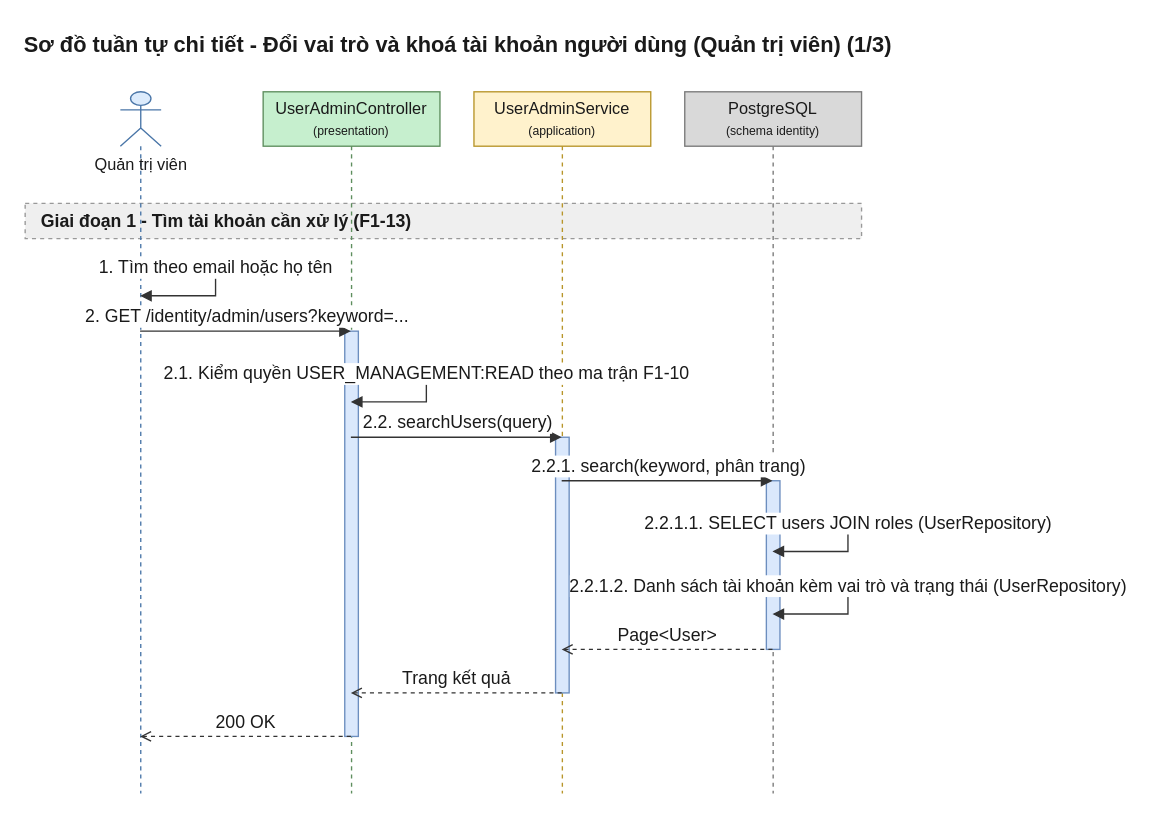
Earlier version of the draw.io diagram 08-diagram/sequence/admin/sequence_admin_doi_vai_tro_nguoi_dung_p1.drawio (daiphu1801/PRJ_ALGOPREP). Source tidied: cells renumbered, new cells numbered last; positions are measured from the earlier drawing's top-left corner, leaving out a move shared by most shapes. Both pictures are drawn from the tidied source at 136%, with x=0, y=0 at pixel (24, 23).
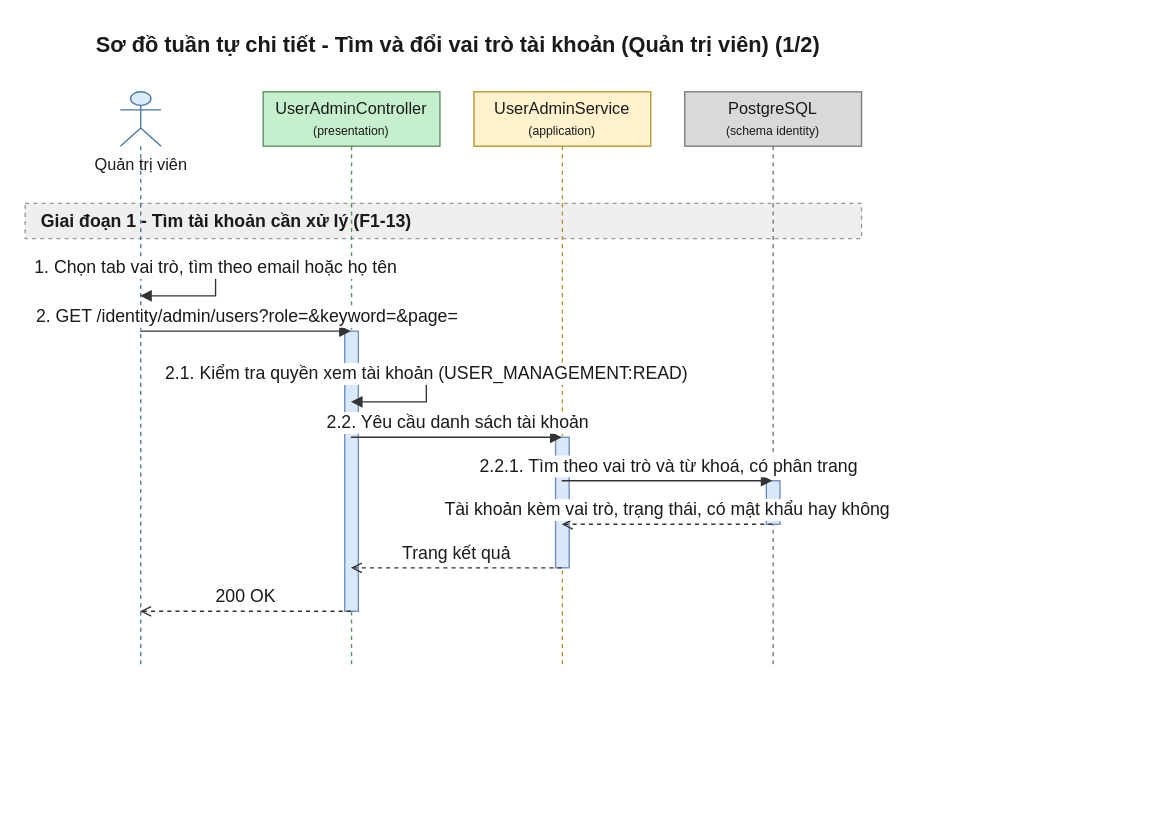
Above is the later version.

What changed in the source:
```diff
@@
-    <mxCell id="2" value="Sơ đồ tuần tự chi tiết - Đổi vai trò và khoá tài khoản người dùng (Quản trị viên) (1/3)" style="text;html=1;fontSize=16;fontStyle=1;align=center;verticalAlign=middle;fontColor=#1A1A1A;" parent="1" vertex="1">
+    <mxCell id="2" value="Sơ đồ tuần tự chi tiết - Tìm và đổi vai trò tài khoản (Quản trị viên) (1/2)" style="text;html=1;fontSize=16;fontStyle=1;align=center;verticalAlign=middle;fontColor=#1A1A1A;" parent="1" vertex="1">
       <mxGeometry x="20" width="595" height="30" as="geometry" />
     </mxCell>
@@
     <mxCell id="4" value="Quản trị viên" style="shape=umlLifeline;participant=umlActor;perimeter=lifelinePerimeter;html=1;outlineConnect=0;size=40;verticalAlign=top;spacingTop=40;fillColor=#DCEBFC;strokeColor=#4A76A8;fontColor=#1A1A1A;" parent="1" vertex="1">
-      <mxGeometry x="70" y="50" width="30" height="516" as="geometry" />
+      <mxGeometry x="70" y="50" width="30" height="424" as="geometry" />
     </mxCell>
     <mxCell id="5" value="UserAdminController&lt;br&gt;&lt;font style=&quot;font-size:9px&quot;&gt;(presentation)&lt;/font&gt;" style="shape=umlLifeline;perimeter=lifelinePerimeter;whiteSpace=wrap;html=1;outlineConnect=0;size=40;fillColor=#C6EFCE;strokeColor=#5E8E5E;fontColor=#1A1A1A;" parent="1" vertex="1">
-      <mxGeometry x="175" y="50" width="130" height="516" as="geometry" />
+      <mxGeometry x="175" y="50" width="130" height="424" as="geometry" />
     </mxCell>
     <mxCell id="6" value="UserAdminService&lt;br&gt;&lt;font style=&quot;font-size:9px&quot;&gt;(application)&lt;/font&gt;" style="shape=umlLifeline;perimeter=lifelinePerimeter;whiteSpace=wrap;html=1;outlineConnect=0;size=40;fillColor=#FFF2CC;strokeColor=#B8952A;fontColor=#1A1A1A;" parent="1" vertex="1">
-      <mxGeometry x="330" y="50" width="130" height="516" as="geometry" />
+      <mxGeometry x="330" y="50" width="130" height="424" as="geometry" />
     </mxCell>
     <mxCell id="7" value="PostgreSQL&lt;br&gt;&lt;font style=&quot;font-size:9px&quot;&gt;(schema identity)&lt;/font&gt;" style="shape=umlLifeline;perimeter=lifelinePerimeter;whiteSpace=wrap;html=1;outlineConnect=0;size=40;fillColor=#D9D9D9;strokeColor=#7A7A7A;fontColor=#1A1A1A;" parent="1" vertex="1">
-      <mxGeometry x="485" y="50" width="130" height="516" as="geometry" />
+      <mxGeometry x="485" y="50" width="130" height="424" as="geometry" />
     </mxCell>
     <mxCell id="8" style="html=1;perimeter=orthogonalPerimeter;targetShapes=umlLifeline;fillColor=#DAE8FC;strokeColor=#6C8EBF;" parent="7" vertex="1">
-      <mxGeometry x="60" y="286" width="10" height="124" as="geometry" />
+      <mxGeometry x="60" y="286" width="10" height="32" as="geometry" />
     </mxCell>
     <mxCell id="9" style="html=1;perimeter=orthogonalPerimeter;targetShapes=umlLifeline;fillColor=#DAE8FC;strokeColor=#6C8EBF;" parent="6" vertex="1">
-      <mxGeometry x="60" y="254" width="10" height="188" as="geometry" />
+      <mxGeometry x="60" y="254" width="10" height="96" as="geometry" />
     </mxCell>
     <mxCell id="10" style="html=1;perimeter=orthogonalPerimeter;targetShapes=umlLifeline;fillColor=#DAE8FC;strokeColor=#6C8EBF;" parent="5" vertex="1">
-      <mxGeometry x="60" y="176" width="10" height="298" as="geometry" />
+      <mxGeometry x="60" y="176" width="10" height="206" as="geometry" />
     </mxCell>
-    <mxCell id="11" value="1. Tìm theo email hoặc họ tên" style="edgeStyle=orthogonalEdgeStyle;rounded=0;html=1;endArrow=block;endFill=1;strokeColor=#333333;fontColor=#1A1A1A;fontSize=13;verticalAlign=bottom;exitX=0.5;exitY=0.2519;exitDx=0;exitDy=0;entryX=0.5;entryY=0.2907;entryDx=0;entryDy=0;" parent="1" edge="1" source="4" target="4">
+    <mxCell id="11" value="1. Chọn tab vai trò, tìm theo email hoặc họ tên" style="edgeStyle=orthogonalEdgeStyle;rounded=0;html=1;endArrow=block;endFill=1;strokeColor=#333333;fontColor=#1A1A1A;fontSize=13;verticalAlign=bottom;exitX=0.5;exitY=0.3066;exitDx=0;exitDy=0;entryX=0.5;entryY=0.3538;entryDx=0;entryDy=0;" parent="1" edge="1" source="4" target="4">
       <mxGeometry relative="1" as="geometry">
         <Array as="points">
           <mxPoint x="140" y="180" />
           <mxPoint x="140" y="200" />
         </Array>
       </mxGeometry>
     </mxCell>
-    <mxCell id="12" value="2. GET /identity/admin/users?keyword=..." style="edgeStyle=none;html=1;endArrow=block;endFill=1;strokeColor=#333333;fontColor=#1A1A1A;fontSize=13;verticalAlign=bottom;exitX=0.5;exitY=0.3411;exitDx=0;exitDy=0;entryX=0.5;entryY=0.3411;entryDx=0;entryDy=0;" parent="1" edge="1" source="4" target="5">
+    <mxCell id="12" value="2. GET /identity/admin/users?role=&amp;amp;keyword=&amp;amp;page=" style="edgeStyle=none;html=1;endArrow=block;endFill=1;strokeColor=#333333;fontColor=#1A1A1A;fontSize=13;verticalAlign=bottom;exitX=0.5;exitY=0.4151;exitDx=0;exitDy=0;entryX=0.5;entryY=0.4151;entryDx=0;entryDy=0;" parent="1" edge="1" source="4" target="5">
       <mxGeometry relative="1" as="geometry" />
     </mxCell>
-    <mxCell id="13" value="2.1. Kiểm quyền USER_MANAGEMENT:READ theo ma trận F1-10" style="edgeStyle=orthogonalEdgeStyle;rounded=0;html=1;endArrow=block;endFill=1;strokeColor=#333333;fontColor=#1A1A1A;fontSize=13;verticalAlign=bottom;exitX=0.5;exitY=0.4031;exitDx=0;exitDy=0;entryX=0.5;entryY=0.4419;entryDx=0;entryDy=0;" parent="1" edge="1" source="5" target="5">
+    <mxCell id="13" value="2.1. Kiểm tra quyền xem tài khoản (USER_MANAGEMENT:READ)" style="edgeStyle=orthogonalEdgeStyle;rounded=0;html=1;endArrow=block;endFill=1;strokeColor=#333333;fontColor=#1A1A1A;fontSize=13;verticalAlign=bottom;exitX=0.5;exitY=0.4906;exitDx=0;exitDy=0;entryX=0.5;entryY=0.5377;entryDx=0;entryDy=0;" parent="1" edge="1" source="5" target="5">
       <mxGeometry relative="1" as="geometry">
         <Array as="points">
           <mxPoint x="295" y="258" />
           <mxPoint x="295" y="278" />
         </Array>
       </mxGeometry>
     </mxCell>
-    <mxCell id="14" value="2.2. searchUsers(query)" style="edgeStyle=none;html=1;endArrow=block;endFill=1;strokeColor=#333333;fontColor=#1A1A1A;fontSize=13;verticalAlign=bottom;exitX=0.5;exitY=0.4922;exitDx=0;exitDy=0;entryX=0.5;entryY=0.4922;entryDx=0;entryDy=0;" parent="1" edge="1" source="5" target="6">
+    <mxCell id="14" value="2.2. Yêu cầu danh sách tài khoản" style="edgeStyle=none;html=1;endArrow=block;endFill=1;strokeColor=#333333;fontColor=#1A1A1A;fontSize=13;verticalAlign=bottom;exitX=0.5;exitY=0.5991;exitDx=0;exitDy=0;entryX=0.5;entryY=0.5991;entryDx=0;entryDy=0;" parent="1" edge="1" source="5" target="6">
       <mxGeometry relative="1" as="geometry" />
     </mxCell>
-    <mxCell id="15" value="2.2.1. search(keyword, phân trang)" style="edgeStyle=none;html=1;endArrow=block;endFill=1;strokeColor=#333333;fontColor=#1A1A1A;fontSize=13;verticalAlign=bottom;exitX=0.5;exitY=0.5543;exitDx=0;exitDy=0;entryX=0.5;entryY=0.5543;entryDx=0;entryDy=0;" parent="1" edge="1" source="6" target="7">
+    <mxCell id="15" value="2.2.1. Tìm theo vai trò và từ khoá, có phân trang" style="edgeStyle=none;html=1;endArrow=block;endFill=1;strokeColor=#333333;fontColor=#1A1A1A;fontSize=13;verticalAlign=bottom;exitX=0.5;exitY=0.6745;exitDx=0;exitDy=0;entryX=0.5;entryY=0.6745;entryDx=0;entryDy=0;" parent="1" edge="1" source="6" target="7">
       <mxGeometry relative="1" as="geometry" />
     </mxCell>
-    <mxCell id="16" value="2.2.1.1. SELECT users JOIN roles (UserRepository)" style="edgeStyle=orthogonalEdgeStyle;rounded=0;html=1;endArrow=block;endFill=1;strokeColor=#333333;fontColor=#1A1A1A;fontSize=13;verticalAlign=bottom;exitX=0.5;exitY=0.6163;exitDx=0;exitDy=0;entryX=0.5;entryY=0.6550;entryDx=0;entryDy=0;" parent="1" edge="1" source="7" target="7">
-      <mxGeometry relative="1" as="geometry">
-        <Array as="points">
-          <mxPoint x="605" y="368" />
-          <mxPoint x="605" y="388" />
-        </Array>
-      </mxGeometry>
+    <mxCell id="16" value="Tài khoản kèm vai trò, trạng thái, có mật khẩu hay không" style="edgeStyle=none;html=1;endArrow=open;endFill=0;dashed=1;strokeColor=#333333;fontColor=#1A1A1A;fontSize=13;verticalAlign=bottom;exitX=0.5;exitY=0.7500;exitDx=0;exitDy=0;entryX=0.5;entryY=0.7500;entryDx=0;entryDy=0;" parent="1" edge="1" source="7" target="6">
+      <mxGeometry relative="1" as="geometry" />
     </mxCell>
-    <mxCell id="17" value="2.2.1.2. Danh sách tài khoản kèm vai trò và trạng thái (UserRepository)" style="edgeStyle=orthogonalEdgeStyle;rounded=0;html=1;endArrow=block;endFill=1;strokeColor=#333333;fontColor=#1A1A1A;fontSize=13;verticalAlign=bottom;exitX=0.5;exitY=0.7054;exitDx=0;exitDy=0;entryX=0.5;entryY=0.7442;entryDx=0;entryDy=0;" parent="1" edge="1" source="7" target="7">
-      <mxGeometry relative="1" as="geometry">
-        <Array as="points">
-          <mxPoint x="605" y="414" />
-          <mxPoint x="605" y="434" />
-        </Array>
-      </mxGeometry>
+    <mxCell id="17" value="Trang kết quả" style="edgeStyle=none;html=1;endArrow=open;endFill=0;dashed=1;strokeColor=#333333;fontColor=#1A1A1A;fontSize=13;verticalAlign=bottom;exitX=0.5;exitY=0.8255;exitDx=0;exitDy=0;entryX=0.5;entryY=0.8255;entryDx=0;entryDy=0;" parent="1" edge="1" source="6" target="5">
+      <mxGeometry relative="1" as="geometry" />
     </mxCell>
-    <mxCell id="18" value="Page&amp;lt;User&amp;gt;" style="edgeStyle=none;html=1;endArrow=open;endFill=0;dashed=1;strokeColor=#333333;fontColor=#1A1A1A;fontSize=13;verticalAlign=bottom;exitX=0.5;exitY=0.7946;exitDx=0;exitDy=0;entryX=0.5;entryY=0.7946;entryDx=0;entryDy=0;" parent="1" edge="1" source="7" target="6">
+    <mxCell id="18" value="200 OK" style="edgeStyle=none;html=1;endArrow=open;endFill=0;dashed=1;strokeColor=#333333;fontColor=#1A1A1A;fontSize=13;verticalAlign=bottom;exitX=0.5;exitY=0.9009;exitDx=0;exitDy=0;entryX=0.5;entryY=0.9009;entryDx=0;entryDy=0;" parent="1" edge="1" source="5" target="4">
       <mxGeometry relative="1" as="geometry" />
     </mxCell>
-    <mxCell id="19" value="Trang kết quả" style="edgeStyle=none;html=1;endArrow=open;endFill=0;dashed=1;strokeColor=#333333;fontColor=#1A1A1A;fontSize=13;verticalAlign=bottom;exitX=0.5;exitY=0.8566;exitDx=0;exitDy=0;entryX=0.5;entryY=0.8566;entryDx=0;entryDy=0;" parent="1" edge="1" source="6" target="5">
-      <mxGeometry relative="1" as="geometry" />
-    </mxCell>
-    <mxCell id="20" value="200 OK" style="edgeStyle=none;html=1;endArrow=open;endFill=0;dashed=1;strokeColor=#333333;fontColor=#1A1A1A;fontSize=13;verticalAlign=bottom;exitX=0.5;exitY=0.9186;exitDx=0;exitDy=0;entryX=0.5;entryY=0.9186;entryDx=0;entryDy=0;" parent="1" edge="1" source="5" target="4">
-      <mxGeometry relative="1" as="geometry" />
-    </mxCell>
```
